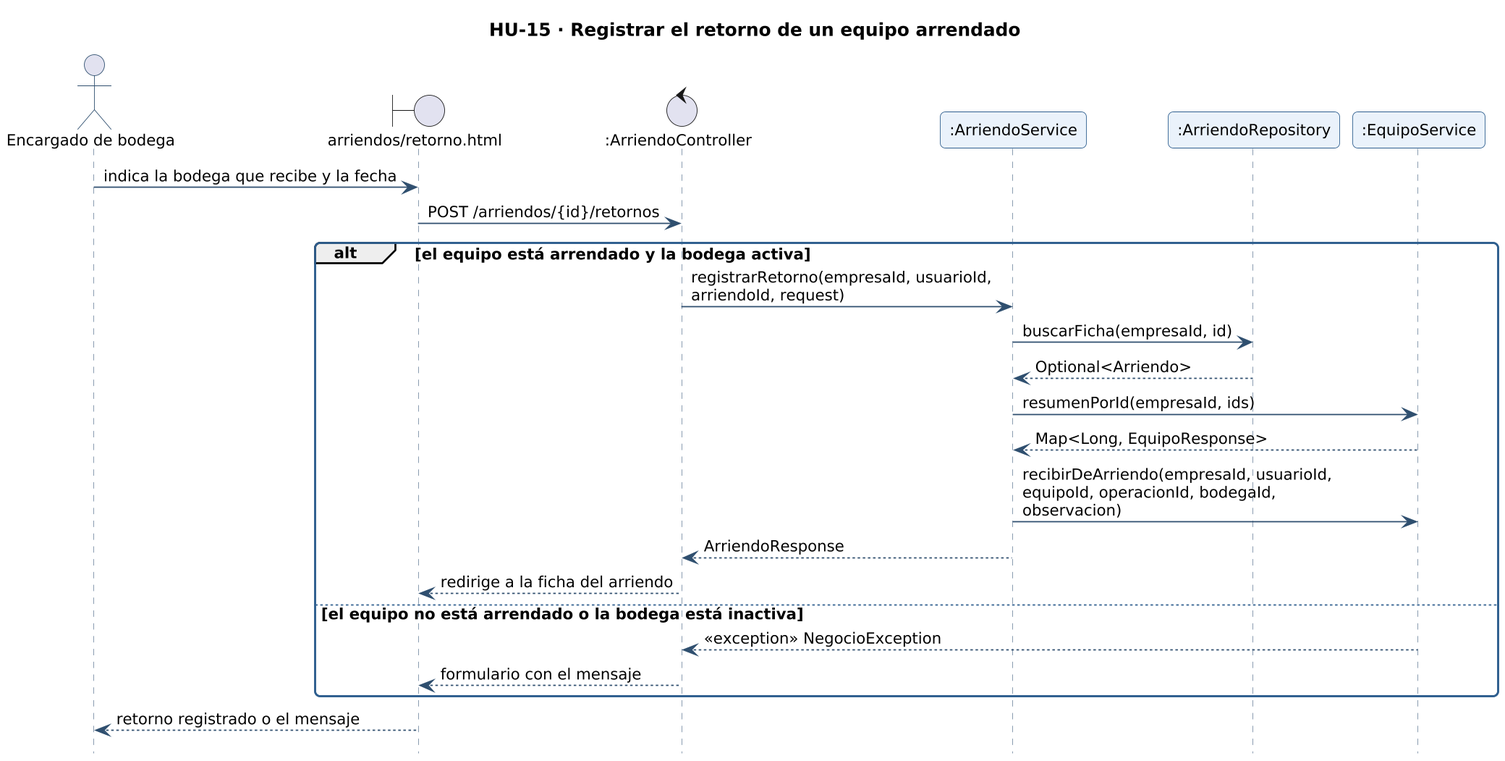
gonzaloarenasduoc/Mira keeps this PlantUML diagram as docs/diagramas/secuencia-hu-15.png. Above is the earlier version.
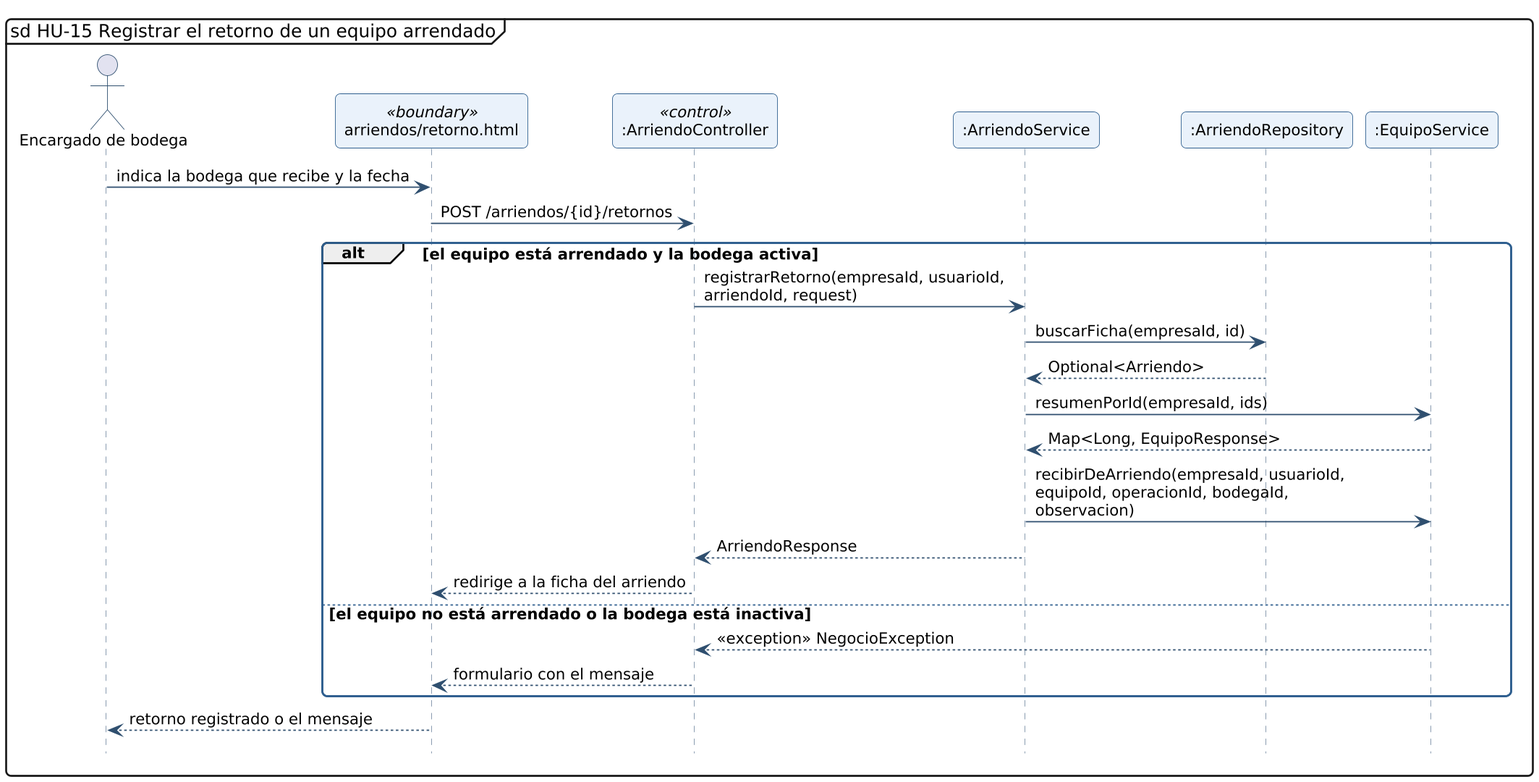
The same file after the commit.

What changed in the source:
```diff
@@ -3,10 +3,10 @@
 hide footbox
 skinparam maxMessageSize 260
 skinparam sequenceMessageAlign left
-title HU-15 · Registrar el retorno de un equipo arrendado
+mainframe sd HU-15 Registrar el retorno de un equipo arrendado
 actor "Encargado de bodega" as A
-boundary "arriendos/retorno.html" as L_VISTA_arriendos_retorno
-control ":ArriendoController" as L_ArriendoController
+participant "arriendos/retorno.html" as L_VISTA_arriendos_retorno <<boundary>>
+participant ":ArriendoController" as L_ArriendoController <<control>>
 participant ":ArriendoService" as L_ArriendoService
 participant ":ArriendoRepository" as L_ArriendoRepository
 participant ":EquipoService" as L_EquipoService
```
